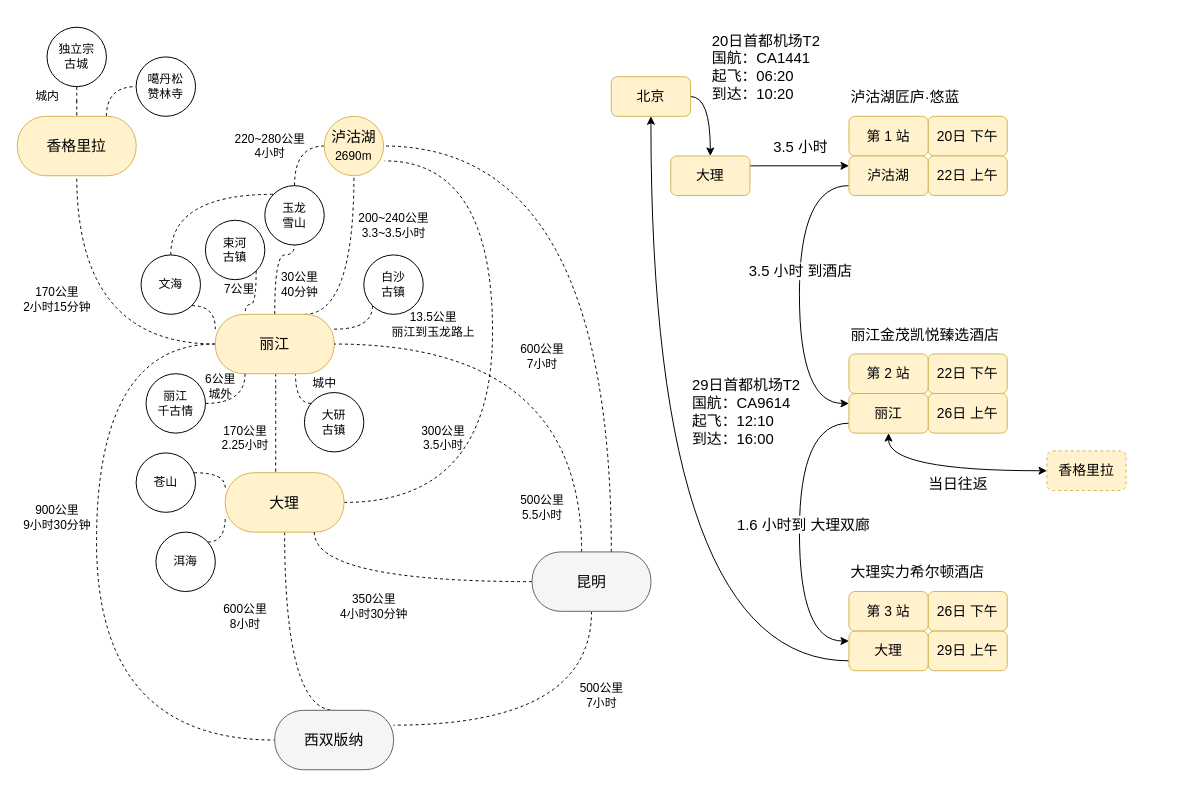
This is dali-lijiang.drawio from rabbitcount/drawio, a draw.io file, before an edit. Source tidied: cells renumbered, new cells numbered last; positions are measured from the earlier drawing's top-left corner, leaving out a move shared by most shapes. Both pictures are drawn from the tidied source at 99%, with x=0, y=0 at pixel (17, 27).
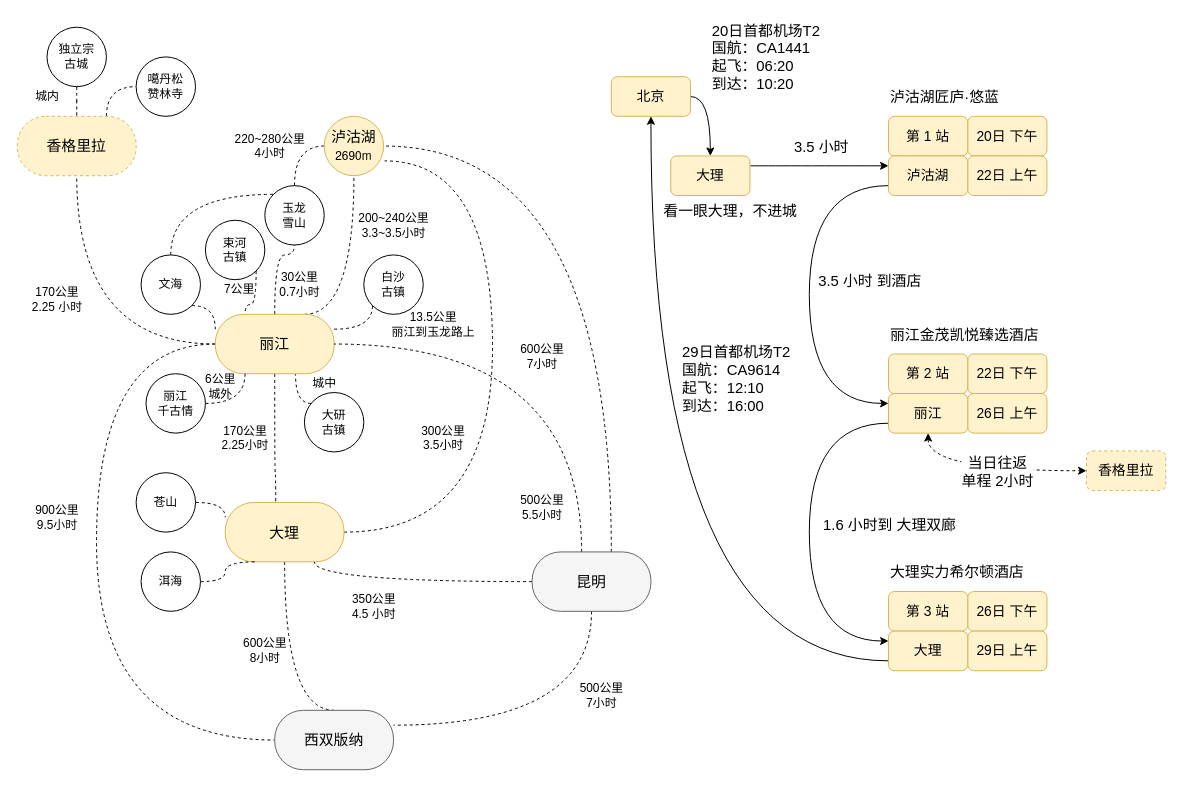
Above is the later version.

Unchanged cells that the change refers to:
```xml
<mxCell id="21" value="&lt;span style=&quot;font-weight: normal&quot;&gt;泸沽湖&lt;br style=&quot;font-size: 15px&quot;&gt;&lt;span style=&quot;font-family: &amp;#34;helvetica neue&amp;#34; , &amp;#34;helvetica&amp;#34; , &amp;#34;arial&amp;#34; , &amp;#34;pingfang sc&amp;#34; , &amp;#34;hiragino sans gb&amp;#34; , &amp;#34;microsoft yahei&amp;#34; , &amp;#34;wenquanyi micro hei&amp;#34; , sans-serif&quot;&gt;&lt;font style=&quot;font-size: 12px&quot;&gt;2690m&lt;/font&gt;&lt;/span&gt;&lt;/span&gt;" style="ellipse;whiteSpace=wrap;html=1;fontSize=15;fontStyle=1;fillColor=#fff2cc;strokeColor=#d6b656;" parent="1" vertex="1">
  <mxGeometry x="310" y="90" width="60" height="60" as="geometry" />
</mxCell>
```

The edit, as a diff of the source:
```diff
@@
-    <mxCell id="10" value="香格里拉" style="rounded=1;whiteSpace=wrap;html=1;arcSize=48;fontSize=15;fontStyle=0;fillColor=#fff2cc;strokeColor=#d6b656;" parent="1" vertex="1">
+    <mxCell id="10" value="香格里拉" style="rounded=1;whiteSpace=wrap;html=1;arcSize=48;fontSize=15;fontStyle=0;fillColor=#fff2cc;strokeColor=#d6b656;dashed=1;" parent="1" vertex="1">
       <mxGeometry y="90" width="120" height="60" as="geometry" />
     </mxCell>
@@
-    <mxCell id="12" style="edgeStyle=orthogonalEdgeStyle;rounded=0;jettySize=auto;html=1;entryX=1.017;entryY=0.75;entryDx=0;entryDy=0;entryPerimeter=0;curved=1;dashed=1;endArrow=none;endFill=0;" parent="1" edge="1" source="13" target="21">
+    <mxCell id="12" style="edgeStyle=orthogonalEdgeStyle;rounded=0;jettySize=auto;html=1;entryX=1.017;entryY=0.75;entryDx=0;entryDy=0;entryPerimeter=0;curved=1;dashed=1;endArrow=none;endFill=0;exitX=1;exitY=0.5;exitDx=0;exitDy=0;" parent="1" edge="1" source="13" target="21">
       <mxGeometry relative="1" as="geometry">
         <Array as="points">
-          <mxPoint x="480" y="480" />
+          <mxPoint x="480" y="510" />
           <mxPoint x="480" y="135" />
         </Array>
       </mxGeometry>
     </mxCell>
     <mxCell id="13" value="大理" style="rounded=1;whiteSpace=wrap;html=1;arcSize=48;fontSize=15;fontStyle=0;fillColor=#fff2cc;strokeColor=#d6b656;" parent="1" vertex="1">
-      <mxGeometry x="210" y="450" width="120" height="60" as="geometry" />
+      <mxGeometry x="210" y="480" width="120" height="60" as="geometry" />
     </mxCell>
@@
-    <mxCell id="22" value="30公里&lt;br&gt;40分钟" style="text;html=1;align=center;verticalAlign=middle;" parent="1" vertex="1">
-      <mxGeometry x="260" y="245" width="50" height="30" as="geometry" />
+    <mxCell id="22" value="30公里&lt;br&gt;0.7小时" style="text;html=1;align=center;verticalAlign=middle;" parent="1" vertex="1">
+      <mxGeometry x="255" y="240" width="60" height="40" as="geometry" />
     </mxCell>
@@
-    <mxCell id="24" value="350公里&lt;br&gt;4小时30分钟" style="text;html=1;align=center;verticalAlign=middle;" parent="1" vertex="1">
-      <mxGeometry x="320" y="570" width="80" height="30" as="geometry" />
+    <mxCell id="24" value="350公里&lt;br&gt;4.5 小时" style="text;html=1;align=center;verticalAlign=middle;" parent="1" vertex="1">
+      <mxGeometry x="325" y="565" width="70" height="40" as="geometry" />
     </mxCell>
@@
-    <mxCell id="26" value="170公里&lt;br&gt;2小时15分钟" style="text;html=1;align=center;verticalAlign=middle;" parent="1" vertex="1">
-      <mxGeometry y="260" width="80" height="30" as="geometry" />
+    <mxCell id="26" value="170公里&lt;br&gt;2.25 小时" style="text;html=1;align=center;verticalAlign=middle;" parent="1" vertex="1">
+      <mxGeometry x="5" y="255" width="70" height="40" as="geometry" />
     </mxCell>
@@
     <mxCell id="30" value="600公里&lt;br&gt;8小时" style="text;html=1;align=center;verticalAlign=middle;" parent="1" vertex="1">
-      <mxGeometry x="200" y="580" width="60" height="30" as="geometry" />
+      <mxGeometry x="220" y="615" width="60" height="30" as="geometry" />
     </mxCell>
@@
-    <mxCell id="36" style="edgeStyle=orthogonalEdgeStyle;curved=1;rounded=0;jettySize=auto;html=1;entryX=0;entryY=0.25;entryDx=0;entryDy=0;dashed=1;endArrow=none;endFill=0;" parent="1" edge="1" source="37" target="13">
+    <mxCell id="36" style="edgeStyle=orthogonalEdgeStyle;curved=1;rounded=0;jettySize=auto;html=1;entryX=0;entryY=0.25;entryDx=0;entryDy=0;dashed=1;endArrow=none;endFill=0;exitX=1;exitY=0.5;exitDx=0;exitDy=0;" parent="1" edge="1" source="37" target="13">
       <mxGeometry relative="1" as="geometry">
         <Array as="points">
-          <mxPoint x="210" y="450" />
+          <mxPoint x="210" y="480" />
         </Array>
       </mxGeometry>
     </mxCell>
     <mxCell id="37" value="苍山" style="ellipse;whiteSpace=wrap;html=1;" parent="1" vertex="1">
-      <mxGeometry x="120" y="430" width="60" height="60" as="geometry" />
+      <mxGeometry x="120" y="450" width="60" height="60" as="geometry" />
     </mxCell>
-    <mxCell id="38" style="edgeStyle=orthogonalEdgeStyle;curved=1;rounded=0;jettySize=auto;html=1;entryX=0;entryY=0.75;entryDx=0;entryDy=0;dashed=1;endArrow=none;endFill=0;" parent="1" edge="1" source="39" target="13">
+    <mxCell id="38" style="edgeStyle=orthogonalEdgeStyle;curved=1;rounded=0;jettySize=auto;html=1;dashed=1;endArrow=none;endFill=0;exitX=1;exitY=0.5;exitDx=0;exitDy=0;entryX=0.25;entryY=1;entryDx=0;entryDy=0;" parent="1" edge="1" source="39" target="13">
       <mxGeometry relative="1" as="geometry">
         <Array as="points">
-          <mxPoint x="210" y="520" />
+          <mxPoint x="210" y="560" />
+          <mxPoint x="210" y="540" />
         </Array>
       </mxGeometry>
     </mxCell>
     <mxCell id="39" value="洱海" style="ellipse;whiteSpace=wrap;html=1;" parent="1" vertex="1">
-      <mxGeometry x="140" y="510" width="60" height="60" as="geometry" />
+      <mxGeometry x="125" y="530" width="60" height="60" as="geometry" />
     </mxCell>
-    <mxCell id="40" value="900公里&lt;br&gt;9小时30分钟" style="text;html=1;align=center;verticalAlign=middle;" parent="1" vertex="1">
-      <mxGeometry y="480" width="80" height="30" as="geometry" />
+    <mxCell id="40" value="900公里&lt;br&gt;9.5小时" style="text;html=1;align=center;verticalAlign=middle;" parent="1" vertex="1">
+      <mxGeometry x="5" y="475" width="70" height="40" as="geometry" />
     </mxCell>
@@
     <mxCell id="57" value="20日 下午" style="rounded=1;whiteSpace=wrap;html=1;fillColor=#fff2cc;fontSize=14;strokeColor=#d6b656;" parent="1" vertex="1">
-      <mxGeometry x="920" y="90" width="80" height="40" as="geometry" />
+      <mxGeometry x="960" y="90" width="80" height="40" as="geometry" />
     </mxCell>
     <mxCell id="58" value="22日 上午" style="rounded=1;whiteSpace=wrap;html=1;fillColor=#fff2cc;fontSize=14;strokeColor=#d6b656;" parent="1" vertex="1">
-      <mxGeometry x="920" y="130" width="80" height="40" as="geometry" />
+      <mxGeometry x="960" y="130" width="80" height="40" as="geometry" />
     </mxCell>
     <mxCell id="59" value="第 1 站" style="rounded=1;whiteSpace=wrap;html=1;fillColor=#fff2cc;fontSize=14;strokeColor=#d6b656;" parent="1" vertex="1">
-      <mxGeometry x="840" y="90" width="80" height="40" as="geometry" />
+      <mxGeometry x="880" y="90" width="80" height="40" as="geometry" />
     </mxCell>
     <mxCell id="60" style="edgeStyle=orthogonalEdgeStyle;curved=1;rounded=0;jettySize=auto;html=1;exitX=0;exitY=0.75;exitDx=0;exitDy=0;entryX=0;entryY=0.25;entryDx=0;entryDy=0;fontSize=14;" parent="1" edge="1" source="62" target="70">
       <mxGeometry relative="1" as="geometry">
         <Array as="points">
-          <mxPoint x="790" y="160" />
-          <mxPoint x="790" y="380" />
+          <mxPoint x="800" y="160" />
+          <mxPoint x="800" y="380" />
         </Array>
       </mxGeometry>
     </mxCell>
     <mxCell id="61" value="3.5 小时 到酒店" style="edgeLabel;html=1;align=center;verticalAlign=middle;fontSize=15;fontColor=#000000;" parent="60" vertex="1">
       <mxGeometry x="-0.03" relative="1" as="geometry">
-        <mxPoint y="-20" as="offset" />
+        <mxPoint x="60" y="-9" as="offset" />
       </mxGeometry>
     </mxCell>
     <mxCell id="62" value="泸沽湖" style="rounded=1;whiteSpace=wrap;html=1;fillColor=#fff2cc;fontSize=14;strokeColor=#d6b656;" parent="1" vertex="1">
-      <mxGeometry x="840" y="130" width="80" height="40" as="geometry" />
+      <mxGeometry x="880" y="130" width="80" height="40" as="geometry" />
     </mxCell>
     <mxCell id="63" value="22日 下午" style="rounded=1;whiteSpace=wrap;html=1;fillColor=#fff2cc;fontSize=14;strokeColor=#d6b656;" parent="1" vertex="1">
-      <mxGeometry x="920" y="330" width="80" height="40" as="geometry" />
+      <mxGeometry x="960" y="330" width="80" height="40" as="geometry" />
     </mxCell>
     <mxCell id="64" value="26日 上午" style="rounded=1;whiteSpace=wrap;html=1;fillColor=#fff2cc;fontSize=14;strokeColor=#d6b656;" parent="1" vertex="1">
-      <mxGeometry x="920" y="370" width="80" height="40" as="geometry" />
+      <mxGeometry x="960" y="370" width="80" height="40" as="geometry" />
     </mxCell>
     <mxCell id="65" value="第 2 站" style="rounded=1;whiteSpace=wrap;html=1;fillColor=#fff2cc;fontSize=14;strokeColor=#d6b656;" parent="1" vertex="1">
-      <mxGeometry x="840" y="330" width="80" height="40" as="geometry" />
+      <mxGeometry x="880" y="330" width="80" height="40" as="geometry" />
     </mxCell>
     <mxCell id="66" style="edgeStyle=orthogonalEdgeStyle;curved=1;rounded=0;jettySize=auto;html=1;exitX=0;exitY=0.75;exitDx=0;exitDy=0;entryX=0;entryY=0.25;entryDx=0;entryDy=0;fontSize=14;" parent="1" edge="1" source="70" target="75">
       <mxGeometry relative="1" as="geometry">
         <Array as="points">
-          <mxPoint x="790" y="400" />
-          <mxPoint x="790" y="620" />
+          <mxPoint x="800" y="400" />
+          <mxPoint x="800" y="620" />
         </Array>
       </mxGeometry>
     </mxCell>
     <mxCell id="67" value="1.6 小时到 大理双廊" style="edgeLabel;html=1;align=center;verticalAlign=middle;fontSize=15;fontColor=#000000;" parent="66" vertex="1">
       <mxGeometry x="0.02" y="3" relative="1" as="geometry">
-        <mxPoint y="-12" as="offset" />
+        <mxPoint x="77" y="-13" as="offset" />
       </mxGeometry>
     </mxCell>
-    <mxCell id="68" style="edgeStyle=orthogonalEdgeStyle;rounded=0;jettySize=auto;html=1;entryX=0;entryY=0.5;entryDx=0;entryDy=0;curved=1;exitX=0.5;exitY=1;exitDx=0;exitDy=0;startArrow=classic;startFill=1;" parent="1" edge="1" source="70" target="86">
+    <mxCell id="68" style="edgeStyle=orthogonalEdgeStyle;rounded=0;jettySize=auto;html=1;entryX=0;entryY=0.5;entryDx=0;entryDy=0;curved=1;exitX=0.5;exitY=1;exitDx=0;exitDy=0;startArrow=classic;startFill=1;dashed=1;" parent="1" edge="1" source="70" target="86">
       <mxGeometry relative="1" as="geometry" />
     </mxCell>
-    <mxCell id="69" value="当日往返" style="edgeLabel;html=1;align=center;verticalAlign=middle;fontSize=15;" parent="68" vertex="1">
+    <mxCell id="69" value="当日往返&lt;br&gt;单程 2小时" style="edgeLabel;html=1;align=center;verticalAlign=middle;fontSize=15;" parent="68" vertex="1">
       <mxGeometry x="0.08" y="7" relative="1" as="geometry">
-        <mxPoint y="19" as="offset" />
+        <mxPoint y="7" as="offset" />
       </mxGeometry>
     </mxCell>
     <mxCell id="70" value="丽江" style="rounded=1;whiteSpace=wrap;html=1;fillColor=#fff2cc;fontSize=14;strokeColor=#d6b656;" parent="1" vertex="1">
-      <mxGeometry x="840" y="370" width="80" height="40" as="geometry" />
+      <mxGeometry x="880" y="370" width="80" height="40" as="geometry" />
     </mxCell>
     <mxCell id="71" value="26日 下午" style="rounded=1;whiteSpace=wrap;html=1;fillColor=#fff2cc;fontSize=14;strokeColor=#d6b656;" parent="1" vertex="1">
-      <mxGeometry x="920" y="570" width="80" height="40" as="geometry" />
+      <mxGeometry x="960" y="570" width="80" height="40" as="geometry" />
     </mxCell>
     <mxCell id="72" value="29日 上午" style="rounded=1;whiteSpace=wrap;html=1;fillColor=#fff2cc;fontSize=14;strokeColor=#d6b656;" parent="1" vertex="1">
-      <mxGeometry x="920" y="610" width="80" height="40" as="geometry" />
+      <mxGeometry x="960" y="610" width="80" height="40" as="geometry" />
     </mxCell>
     <mxCell id="73" value="第 3 站" style="rounded=1;whiteSpace=wrap;html=1;fillColor=#fff2cc;fontSize=14;strokeColor=#d6b656;" parent="1" vertex="1">
-      <mxGeometry x="840" y="570" width="80" height="40" as="geometry" />
+      <mxGeometry x="880" y="570" width="80" height="40" as="geometry" />
     </mxCell>
@@
     <mxCell id="75" value="大理" style="rounded=1;whiteSpace=wrap;html=1;fillColor=#fff2cc;fontSize=14;strokeColor=#d6b656;" parent="1" vertex="1">
-      <mxGeometry x="840" y="610" width="80" height="40" as="geometry" />
+      <mxGeometry x="880" y="610" width="80" height="40" as="geometry" />
     </mxCell>
@@
     <mxCell id="81" value="泸沽湖匠庐·悠蓝" style="text;html=1;align=left;verticalAlign=middle;fontSize=15;" parent="1" vertex="1">
-      <mxGeometry x="840" y="60" width="120" height="20" as="geometry" />
+      <mxGeometry x="880" y="60" width="120" height="20" as="geometry" />
     </mxCell>
     <mxCell id="82" value="丽江金茂凯悦臻选酒店" style="text;html=1;align=left;verticalAlign=middle;fontSize=15;" parent="1" vertex="1">
-      <mxGeometry x="840" y="300" width="170" height="20" as="geometry" />
+      <mxGeometry x="880" y="300" width="170" height="20" as="geometry" />
     </mxCell>
     <mxCell id="83" value="大理实力希尔顿酒店" style="text;html=1;align=left;verticalAlign=middle;fontSize=15;" parent="1" vertex="1">
-      <mxGeometry x="840" y="540" width="150" height="20" as="geometry" />
+      <mxGeometry x="880" y="540" width="150" height="20" as="geometry" />
     </mxCell>
     <mxCell id="84" value="20日首都机场T2&lt;br&gt;国航：CA1441&lt;br&gt;起飞：06:20&lt;br&gt;到达：10:20" style="text;html=1;align=left;verticalAlign=middle;fontSize=15;spacingTop=0;labelBorderColor=none;" parent="1" vertex="1">
-      <mxGeometry x="700" width="120" height="80" as="geometry" />
+      <mxGeometry x="700" y="-10" width="120" height="80" as="geometry" />
     </mxCell>
     <mxCell id="85" value="29日首都机场T2&lt;br&gt;国航：CA9614&lt;br&gt;起飞：12:10&lt;br&gt;到达：16:00" style="text;html=1;align=left;verticalAlign=middle;fontSize=15;fontColor=#000000;spacingTop=0;" parent="1" vertex="1">
-      <mxGeometry x="680" y="348" width="120" height="80" as="geometry" />
+      <mxGeometry x="670" y="315" width="120" height="80" as="geometry" />
     </mxCell>
     <mxCell id="86" value="香格里拉" style="rounded=1;whiteSpace=wrap;html=1;fillColor=#fff2cc;fontSize=14;strokeColor=#d6b656;dashed=1;" parent="1" vertex="1">
-      <mxGeometry x="1040" y="428" width="80" height="40" as="geometry" />
+      <mxGeometry x="1080" y="428" width="80" height="40" as="geometry" />
     </mxCell>
+    <mxCell id="87" value="看一眼大理，不进城" style="text;html=1;align=center;verticalAlign=middle;strokeColor=none;fillColor=none;fontSize=15;" parent="1" vertex="1">
+      <mxGeometry x="640" y="170" width="160" height="30" as="geometry" />
+    </mxCell>
```
